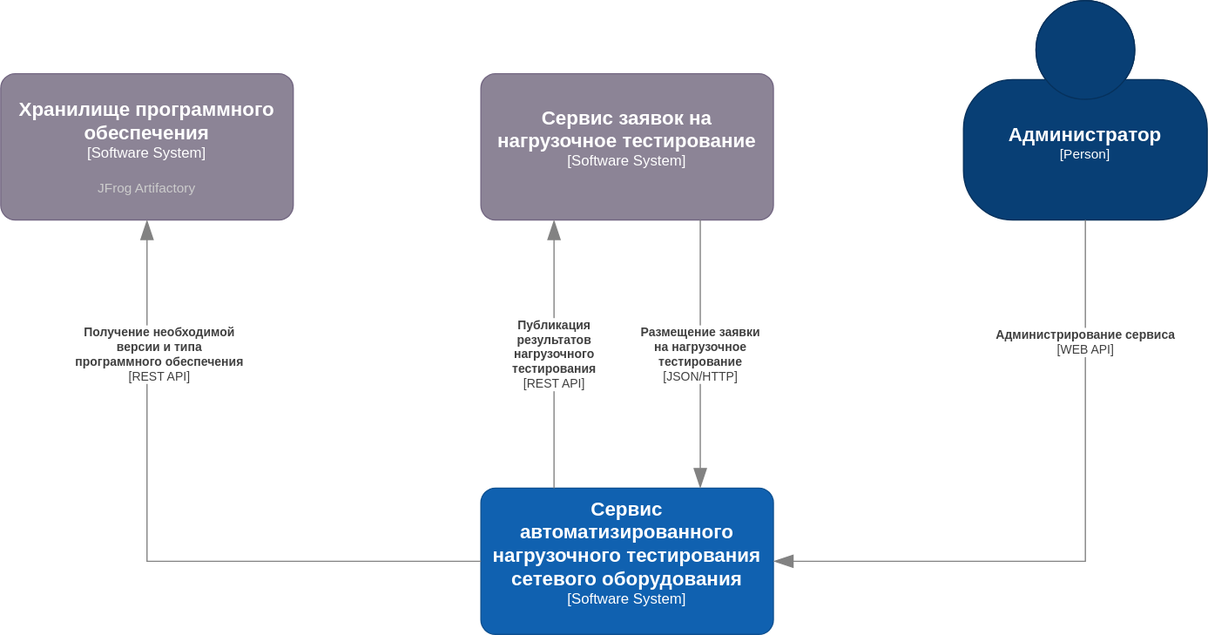
ralex29/otus_software_architect_2022_09 keeps this draw.io diagram as graduate_project/diagrams/system_context.svg. Above is the earlier version. Source tidied: cells renumbered, new cells last; positions are measured from the earlier drawing's top-left corner, leaving out a move shared by most shapes.
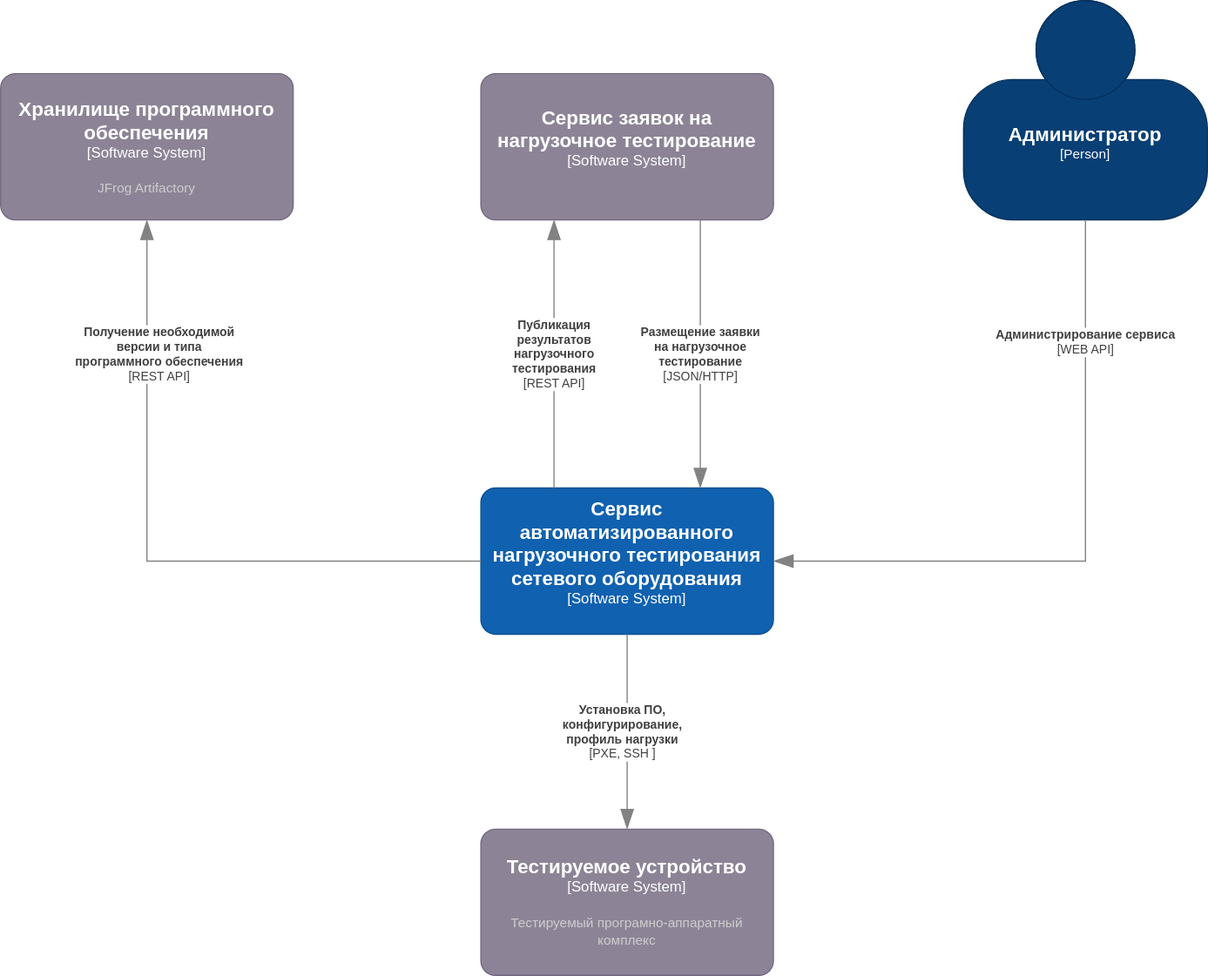
After the change.

The edit, as a diff of the source:
```diff
@@ -42,5 +42,15 @@
         <mxGeometry relative="1" as="geometry" />
       </mxCell>
     </object>
+    <object id="10" label="&lt;font style=&quot;font-size: 16px&quot;&gt;&lt;b&gt;%c4Name%&lt;/b&gt;&lt;/font&gt;&lt;div&gt;[%c4Type%]&lt;/div&gt;&lt;br&gt;&lt;div&gt;&lt;font style=&quot;font-size: 11px&quot;&gt;&lt;font color=&quot;#cccccc&quot;&gt;%c4Description%&lt;/font&gt;&lt;/div&gt;" c4Description="Тестируемый програмно-аппаратный комплекс" c4Name="Тестируемое устройство" c4Type="Software System" placeholders="1">
+      <mxCell style="rounded=1;whiteSpace=wrap;html=1;labelBackgroundColor=none;fillColor=#8C8496;fontColor=#ffffff;align=center;arcSize=10;strokeColor=#736782;points=[[0.25,0,0],[0.5,0,0],[0.75,0,0],[1,0.25,0],[1,0.5,0],[1,0.75,0],[0.75,1,0],[0.5,1,0],[0.25,1,0],[0,0.75,0],[0,0.5,0],[0,0.25,0]];" parent="1" vertex="1">
+        <mxGeometry x="394" y="680" width="240" height="120" as="geometry" />
+      </mxCell>
+    </object>
+    <object id="11" label="&lt;div style=&quot;text-align: left&quot;&gt;&lt;div style=&quot;text-align: center&quot;&gt;&lt;b&gt;%c4Description%&lt;/b&gt;&lt;/div&gt;&lt;div style=&quot;text-align: center&quot;&gt;[%c4Technology%]&lt;/div&gt;&lt;/div&gt;" c4Description="Установка ПО, &#10;конфигурирование, &#10;профиль нагрузки" c4Technology="PXE, SSH " c4Type="Relationship" placeholders="1">
+      <mxCell style="endArrow=blockThin;html=1;fontSize=10;fontColor=#404040;strokeWidth=1;endFill=1;strokeColor=#828282;elbow=vertical;endSize=14;startSize=14;jumpStyle=arc;jumpSize=16;rounded=0;edgeStyle=orthogonalEdgeStyle;entryX=0.5;entryY=0;entryDx=0;entryDy=0;entryPerimeter=0;exitX=0.5;exitY=1;exitDx=0;exitDy=0;exitPerimeter=0;" parent="1" edge="1" source="2" target="10">
+        <mxGeometry y="-4" relative="1" as="geometry" />
+      </mxCell>
+    </object>
   </root>
 </mxGraphModel>
```
